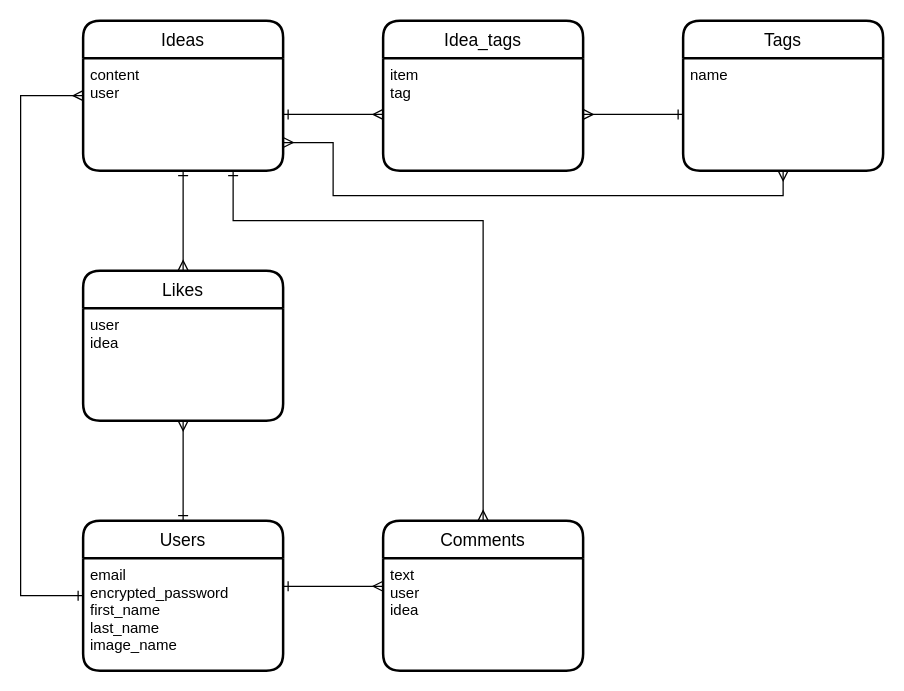
Earlier version of the draw.io diagram ER.dio (ponsiro/idea-box). Source tidied: cells renumbered, new cells numbered last; positions are measured from the earlier drawing's top-left corner, leaving out a move shared by most shapes. Both pictures are drawn from the tidied source at 125%, with x=0, y=0 at pixel (20, 20).
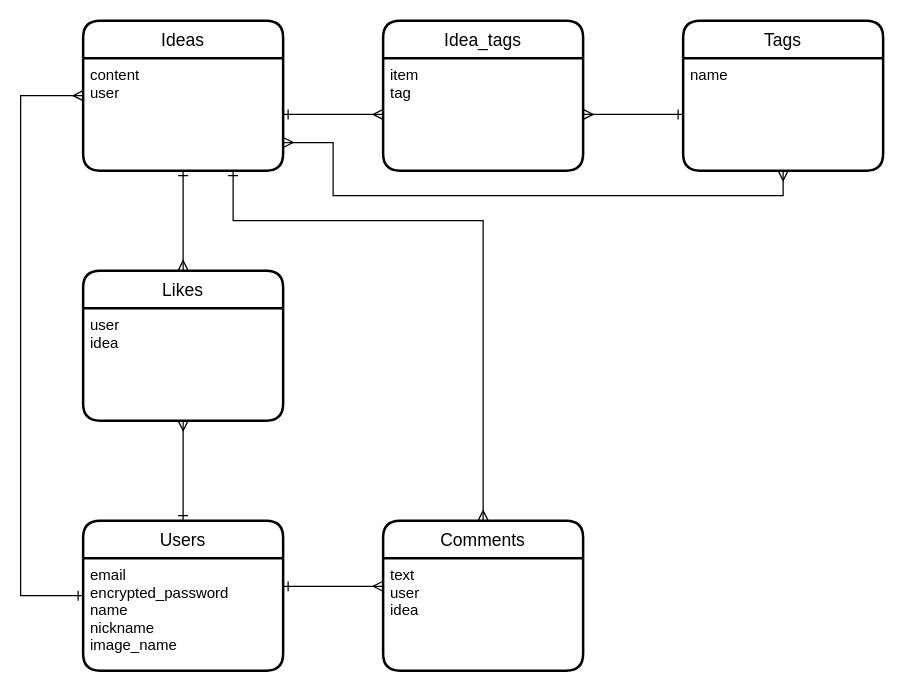
The same diagram, later.

The change refers to these unchanged cells:
```xml
<mxCell id="8" value="Users" style="swimlane;horizontal=1;startSize=30;rounded=1;fontSize=14;fontStyle=0;strokeWidth=2;shadow=0;dashed=0;align=center;" parent="1" vertex="1">
  <mxGeometry x="50" y="400" width="160" height="120" as="geometry" />
</mxCell>
```

The edit, as a diff of the source:
```diff
@@
-    <mxCell id="9" value="email&#10;encrypted_password&#10;first_name&#10;last_name&#10;image_name" style="align=left;strokeColor=none;fillColor=none;spacingLeft=4;fontSize=12;verticalAlign=top;" parent="8" vertex="1">
+    <mxCell id="9" value="email&#10;encrypted_password&#10;name&#10;nickname&#10;image_name" style="align=left;strokeColor=none;fillColor=none;spacingLeft=4;fontSize=12;verticalAlign=top;" parent="8" vertex="1">
       <mxGeometry y="30" width="160" height="90" as="geometry" />
     </mxCell>
```
